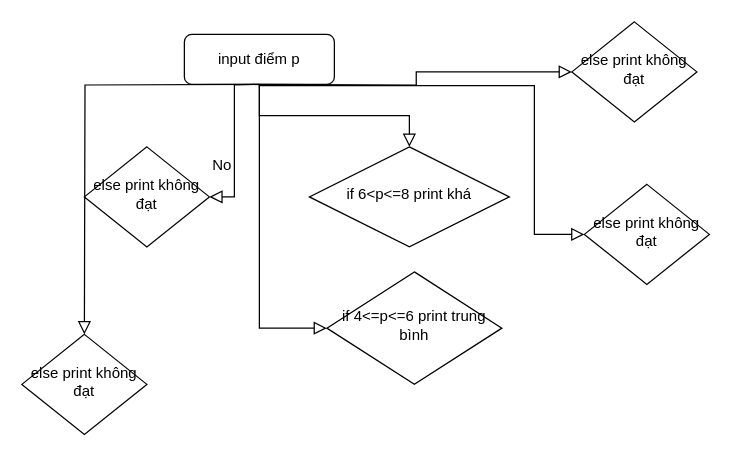
Before: Biểu đồ không có tiêu đề.drawio in QuangHuy2006/session-1-C, a draw.io diagram. Source tidied: cells renumbered, new cells numbered last; positions are measured from the earlier drawing's top-left corner, leaving out a move shared by most shapes. Both pictures are drawn from the tidied source at 125%, with x=0, y=0 at pixel (21, 21).
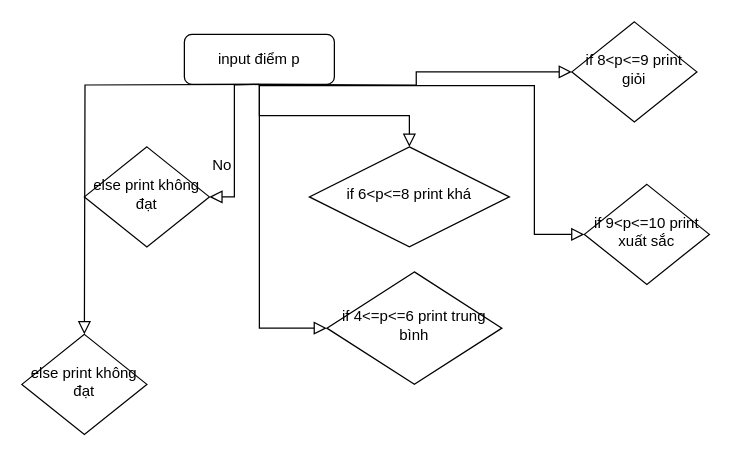
After the change.

Commit message:
Cập nhật Biểu đồ không có tiêu đề.drawio

Change to the diagram source:
```diff
@@
-    <mxCell id="12" value="else print không đạt" style="rhombus;whiteSpace=wrap;html=1;shadow=0;fontFamily=Helvetica;fontSize=12;align=center;strokeWidth=1;spacing=6;spacingTop=-4;" parent="1" vertex="1">
+    <mxCell id="12" value="if 8&amp;lt;p&amp;lt;=9 print giỏi" style="rhombus;whiteSpace=wrap;html=1;shadow=0;fontFamily=Helvetica;fontSize=12;align=center;strokeWidth=1;spacing=6;spacingTop=-4;" parent="1" vertex="1">
       <mxGeometry x="440" width="100" height="80" as="geometry" />
     </mxCell>
-    <mxCell id="13" value="else print không đạt" style="rhombus;whiteSpace=wrap;html=1;shadow=0;fontFamily=Helvetica;fontSize=12;align=center;strokeWidth=1;spacing=6;spacingTop=-4;" parent="1" vertex="1">
+    <mxCell id="13" value="if 9&amp;lt;p&amp;lt;=10 print xuất sắc" style="rhombus;whiteSpace=wrap;html=1;shadow=0;fontFamily=Helvetica;fontSize=12;align=center;strokeWidth=1;spacing=6;spacingTop=-4;" parent="1" vertex="1">
       <mxGeometry x="450" y="130" width="100" height="80" as="geometry" />
     </mxCell>
```
